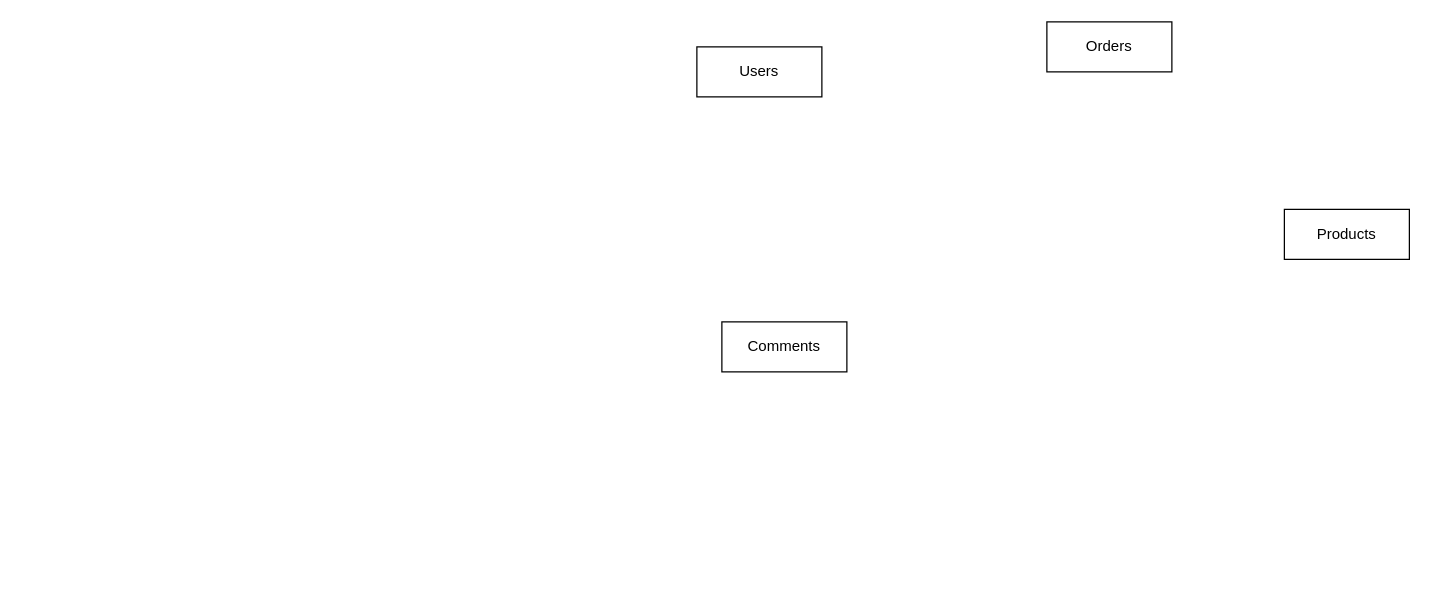
Before: page "Page-1" (1 of 2) of Untitled Diagram.drawio in nguyenson66/smart_phone, a draw.io diagram. Source tidied: cells renumbered, new cells numbered last; positions are measured from the earlier drawing's top-left corner, leaving out a move shared by most shapes. Both pictures are drawn from the tidied source at 125%, with x=0, y=0 at pixel (696, 21).
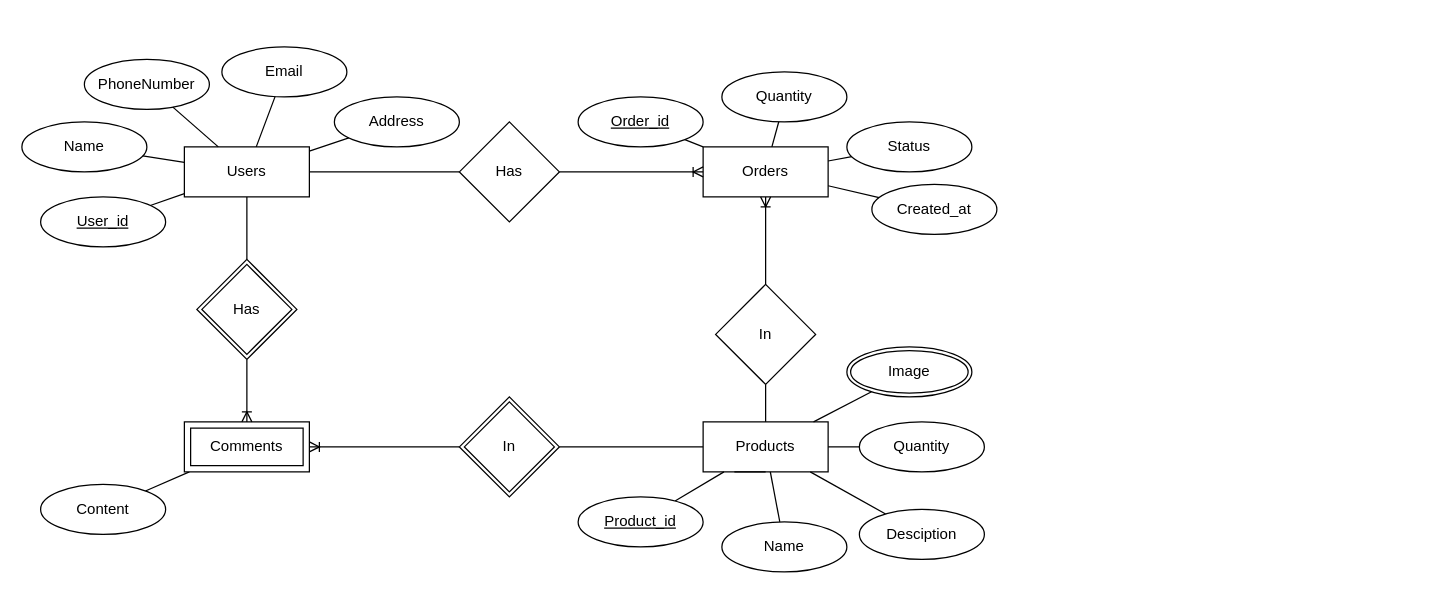
The same diagram, later.

What changed in the source:
```diff
@@
+    <mxCell id="6" style="edgeStyle=none;rounded=1;jettySize=auto;html=1;endArrow=none;endFill=0;strokeColor=default;startArrow=none;startFill=0;" parent="1" edge="1" source="2" target="36">
+      <mxGeometry relative="1" as="geometry" />
+    </mxCell>
     <mxCell id="2" value="Users" style="whiteSpace=wrap;html=1;align=center;" parent="1" vertex="1">
-      <mxGeometry y="20" width="100" height="40" as="geometry" />
+      <mxGeometry x="-410" y="100" width="100" height="40" as="geometry" />
     </mxCell>
+    <mxCell id="7" style="edgeStyle=none;rounded=1;jettySize=auto;html=1;startArrow=none;startFill=0;endArrow=none;endFill=0;strokeColor=default;" parent="1" edge="1" source="3" target="42">
+      <mxGeometry relative="1" as="geometry" />
+    </mxCell>
     <mxCell id="3" value="Products" style="whiteSpace=wrap;html=1;align=center;" parent="1" vertex="1">
-      <mxGeometry x="470" y="150" width="100" height="40" as="geometry" />
+      <mxGeometry x="5" y="320" width="100" height="40" as="geometry" />
     </mxCell>
     <mxCell id="4" value="Orders" style="whiteSpace=wrap;html=1;align=center;" parent="1" vertex="1">
-      <mxGeometry x="280" width="100" height="40" as="geometry" />
+      <mxGeometry x="5" y="100" width="100" height="40" as="geometry" />
     </mxCell>
+    <mxCell id="8" value="User_id" style="ellipse;whiteSpace=wrap;html=1;align=center;fontStyle=4;" parent="1" vertex="1">
+      <mxGeometry x="-525" y="140" width="100" height="40" as="geometry" />
+    </mxCell>
+    <mxCell id="9" value="Name" style="ellipse;whiteSpace=wrap;html=1;align=center;" parent="1" vertex="1">
+      <mxGeometry x="-540" y="80" width="100" height="40" as="geometry" />
+    </mxCell>
+    <mxCell id="10" value="PhoneNumber" style="ellipse;whiteSpace=wrap;html=1;align=center;" parent="1" vertex="1">
+      <mxGeometry x="-490" y="30" width="100" height="40" as="geometry" />
+    </mxCell>
+    <mxCell id="11" value="Email" style="ellipse;whiteSpace=wrap;html=1;align=center;" parent="1" vertex="1">
+      <mxGeometry x="-380" y="20" width="100" height="40" as="geometry" />
+    </mxCell>
+    <mxCell id="12" value="Address" style="ellipse;whiteSpace=wrap;html=1;align=center;" parent="1" vertex="1">
+      <mxGeometry x="-290" y="60" width="100" height="40" as="geometry" />
+    </mxCell>
+    <mxCell id="13" style="edgeStyle=none;jettySize=auto;html=1;strokeColor=default;rounded=1;endArrow=none;endFill=0;" parent="1" edge="1" source="14" target="3">
+      <mxGeometry relative="1" as="geometry" />
+    </mxCell>
+    <mxCell id="14" value="Product_id" style="ellipse;whiteSpace=wrap;html=1;align=center;fontStyle=4;" parent="1" vertex="1">
+      <mxGeometry x="-95" y="380" width="100" height="40" as="geometry" />
+    </mxCell>
+    <mxCell id="15" style="edgeStyle=none;rounded=1;jettySize=auto;html=1;endArrow=none;endFill=0;strokeColor=default;" parent="1" edge="1" source="16" target="3">
+      <mxGeometry relative="1" as="geometry" />
+    </mxCell>
+    <mxCell id="16" value="Name" style="ellipse;whiteSpace=wrap;html=1;align=center;" parent="1" vertex="1">
+      <mxGeometry x="20" y="400" width="100" height="40" as="geometry" />
+    </mxCell>
+    <mxCell id="17" style="edgeStyle=none;rounded=1;jettySize=auto;html=1;endArrow=none;endFill=0;strokeColor=default;" parent="1" edge="1" source="18" target="3">
+      <mxGeometry relative="1" as="geometry" />
+    </mxCell>
+    <mxCell id="18" value="Desciption" style="ellipse;whiteSpace=wrap;html=1;align=center;" parent="1" vertex="1">
+      <mxGeometry x="130" y="390" width="100" height="40" as="geometry" />
+    </mxCell>
+    <mxCell id="19" style="edgeStyle=none;rounded=1;jettySize=auto;html=1;endArrow=none;endFill=0;strokeColor=default;" parent="1" edge="1" source="20" target="3">
+      <mxGeometry relative="1" as="geometry" />
+    </mxCell>
+    <mxCell id="20" value="Quantity" style="ellipse;whiteSpace=wrap;html=1;align=center;" parent="1" vertex="1">
+      <mxGeometry x="130" y="320" width="100" height="40" as="geometry" />
+    </mxCell>
+    <mxCell id="21" style="edgeStyle=none;rounded=1;jettySize=auto;html=1;endArrow=none;endFill=0;strokeColor=default;" parent="1" edge="1" source="22" target="4">
+      <mxGeometry relative="1" as="geometry" />
+    </mxCell>
+    <mxCell id="22" value="Order_id" style="ellipse;whiteSpace=wrap;html=1;align=center;fontStyle=4;" parent="1" vertex="1">
+      <mxGeometry x="-95" y="60" width="100" height="40" as="geometry" />
+    </mxCell>
+    <mxCell id="23" style="edgeStyle=none;rounded=1;jettySize=auto;html=1;endArrow=none;endFill=0;strokeColor=default;" parent="1" edge="1" source="24" target="4">
+      <mxGeometry relative="1" as="geometry" />
+    </mxCell>
+    <mxCell id="24" value="Quantity" style="ellipse;whiteSpace=wrap;html=1;align=center;" parent="1" vertex="1">
+      <mxGeometry x="20" y="40" width="100" height="40" as="geometry" />
+    </mxCell>
+    <mxCell id="25" style="edgeStyle=none;rounded=1;jettySize=auto;html=1;endArrow=none;endFill=0;strokeColor=default;" parent="1" edge="1" source="26" target="4">
+      <mxGeometry relative="1" as="geometry" />
+    </mxCell>
+    <mxCell id="26" value="Status" style="ellipse;whiteSpace=wrap;html=1;align=center;" parent="1" vertex="1">
+      <mxGeometry x="120" y="80" width="100" height="40" as="geometry" />
+    </mxCell>
+    <mxCell id="27" style="edgeStyle=none;rounded=1;jettySize=auto;html=1;endArrow=none;endFill=0;strokeColor=default;" parent="1" edge="1" source="28" target="5">
+      <mxGeometry relative="1" as="geometry" />
+    </mxCell>
+    <mxCell id="28" value="Content" style="ellipse;whiteSpace=wrap;html=1;align=center;" parent="1" vertex="1">
+      <mxGeometry x="-525" y="370" width="100" height="40" as="geometry" />
+    </mxCell>
+    <mxCell id="29" style="endArrow=none;html=1;" parent="1" edge="1" source="2" target="10">
+      <mxGeometry relative="1" as="geometry" />
+    </mxCell>
+    <mxCell id="30" style="endArrow=none;html=1;curved=1;" parent="1" edge="1" source="2" target="9">
+      <mxGeometry relative="1" as="geometry" />
+    </mxCell>
+    <mxCell id="31" style="endArrow=none;html=1;curved=1;" parent="1" edge="1" source="2" target="8">
+      <mxGeometry relative="1" as="geometry" />
+    </mxCell>
+    <mxCell id="32" style="endArrow=none;html=1;curved=1;" parent="1" edge="1" source="2" target="11">
+      <mxGeometry relative="1" as="geometry" />
+    </mxCell>
+    <mxCell id="33" style="endArrow=none;html=1;curved=1;" parent="1" edge="1" source="2" target="12">
+      <mxGeometry relative="1" as="geometry" />
+    </mxCell>
+    <mxCell id="34" style="edgeStyle=none;rounded=1;orthogonalLoop=1;jettySize=auto;html=1;exitX=0.5;exitY=1;exitDx=0;exitDy=0;entryX=0.25;entryY=1;entryDx=0;entryDy=0;endArrow=none;endFill=0;strokeColor=default;" parent="1" edge="1" source="3" target="3">
+      <mxGeometry relative="1" as="geometry" />
+    </mxCell>
+    <mxCell id="35" style="edgeStyle=none;rounded=1;jettySize=auto;html=1;endArrow=ERoneToMany;endFill=0;strokeColor=default;" parent="1" edge="1" source="36" target="4">
+      <mxGeometry relative="1" as="geometry" />
+    </mxCell>
+    <mxCell id="36" value="Has" style="rhombus;whiteSpace=wrap;html=1;" parent="1" vertex="1">
+      <mxGeometry x="-190" y="80" width="80" height="80" as="geometry" />
+    </mxCell>
+    <mxCell id="37" style="edgeStyle=none;rounded=1;jettySize=auto;html=1;startArrow=none;startFill=0;endArrow=none;endFill=0;strokeColor=default;" parent="1" edge="1" source="38" target="4">
+      <mxGeometry relative="1" as="geometry" />
+    </mxCell>
+    <mxCell id="38" value="Created_at" style="ellipse;whiteSpace=wrap;html=1;align=center;" parent="1" vertex="1">
+      <mxGeometry x="140" y="130" width="100" height="40" as="geometry" />
+    </mxCell>
+    <mxCell id="39" style="edgeStyle=none;rounded=1;jettySize=auto;html=1;startArrow=none;startFill=0;endArrow=none;endFill=0;strokeColor=default;" parent="1" edge="1" source="40" target="3">
+      <mxGeometry relative="1" as="geometry" />
+    </mxCell>
+    <mxCell id="40" value="Image" style="ellipse;shape=doubleEllipse;margin=3;whiteSpace=wrap;html=1;align=center;" parent="1" vertex="1">
+      <mxGeometry x="120" y="260" width="100" height="40" as="geometry" />
+    </mxCell>
+    <mxCell id="41" style="edgeStyle=none;rounded=1;jettySize=auto;html=1;startArrow=none;startFill=0;endArrow=ERoneToMany;endFill=0;strokeColor=default;" parent="1" edge="1" source="42" target="4">
+      <mxGeometry relative="1" as="geometry" />
+    </mxCell>
+    <mxCell id="42" value="In" style="rhombus;whiteSpace=wrap;html=1;" parent="1" vertex="1">
+      <mxGeometry x="15" y="210" width="80" height="80" as="geometry" />
+    </mxCell>
+    <mxCell id="43" style="edgeStyle=none;rounded=1;orthogonalLoop=1;jettySize=auto;html=1;exitX=0.5;exitY=1;exitDx=0;exitDy=0;startArrow=none;startFill=0;endArrow=none;endFill=0;strokeColor=default;" parent="1" edge="1" source="24" target="24">
+      <mxGeometry relative="1" as="geometry" />
+    </mxCell>
+    <mxCell id="44" style="edgeStyle=none;rounded=1;jettySize=auto;html=1;startArrow=ERoneToMany;startFill=0;endArrow=none;endFill=0;strokeColor=default;" parent="1" edge="1" source="5" target="49">
+      <mxGeometry relative="1" as="geometry" />
+    </mxCell>
-    <mxCell id="5" value="Comments" style="whiteSpace=wrap;html=1;align=center;" parent="1" vertex="1">
-      <mxGeometry x="20" y="240" width="100" height="40" as="geometry" />
+    <mxCell id="5" value="Comments" style="shape=ext;margin=3;double=1;whiteSpace=wrap;html=1;align=center;direction=west;" parent="1" vertex="1">
+      <mxGeometry x="-410" y="320" width="100" height="40" as="geometry" />
     </mxCell>
+    <mxCell id="45" style="edgeStyle=none;rounded=1;jettySize=auto;html=1;startArrow=none;startFill=0;endArrow=none;endFill=0;strokeColor=default;" parent="1" edge="1" source="49" target="3">
+      <mxGeometry relative="1" as="geometry" />
+    </mxCell>
+    <mxCell id="46" style="edgeStyle=none;rounded=1;jettySize=auto;html=1;startArrow=none;startFill=0;endArrow=none;endFill=0;strokeColor=default;" parent="1" edge="1" source="48" target="2">
+      <mxGeometry relative="1" as="geometry" />
+    </mxCell>
+    <mxCell id="47" style="edgeStyle=none;rounded=1;jettySize=auto;html=1;startArrow=none;startFill=0;endArrow=ERoneToMany;endFill=0;strokeColor=default;" parent="1" edge="1" source="48" target="5">
+      <mxGeometry relative="1" as="geometry" />
+    </mxCell>
+    <mxCell id="48" value="Has" style="shape=rhombus;double=1;perimeter=rhombusPerimeter;whiteSpace=wrap;html=1;align=center;" parent="1" vertex="1">
+      <mxGeometry x="-400" y="190" width="80" height="80" as="geometry" />
+    </mxCell>
+    <mxCell id="49" value="In" style="shape=rhombus;double=1;perimeter=rhombusPerimeter;whiteSpace=wrap;html=1;align=center;" parent="1" vertex="1">
+      <mxGeometry x="-190" y="300" width="80" height="80" as="geometry" />
+    </mxCell>
```
